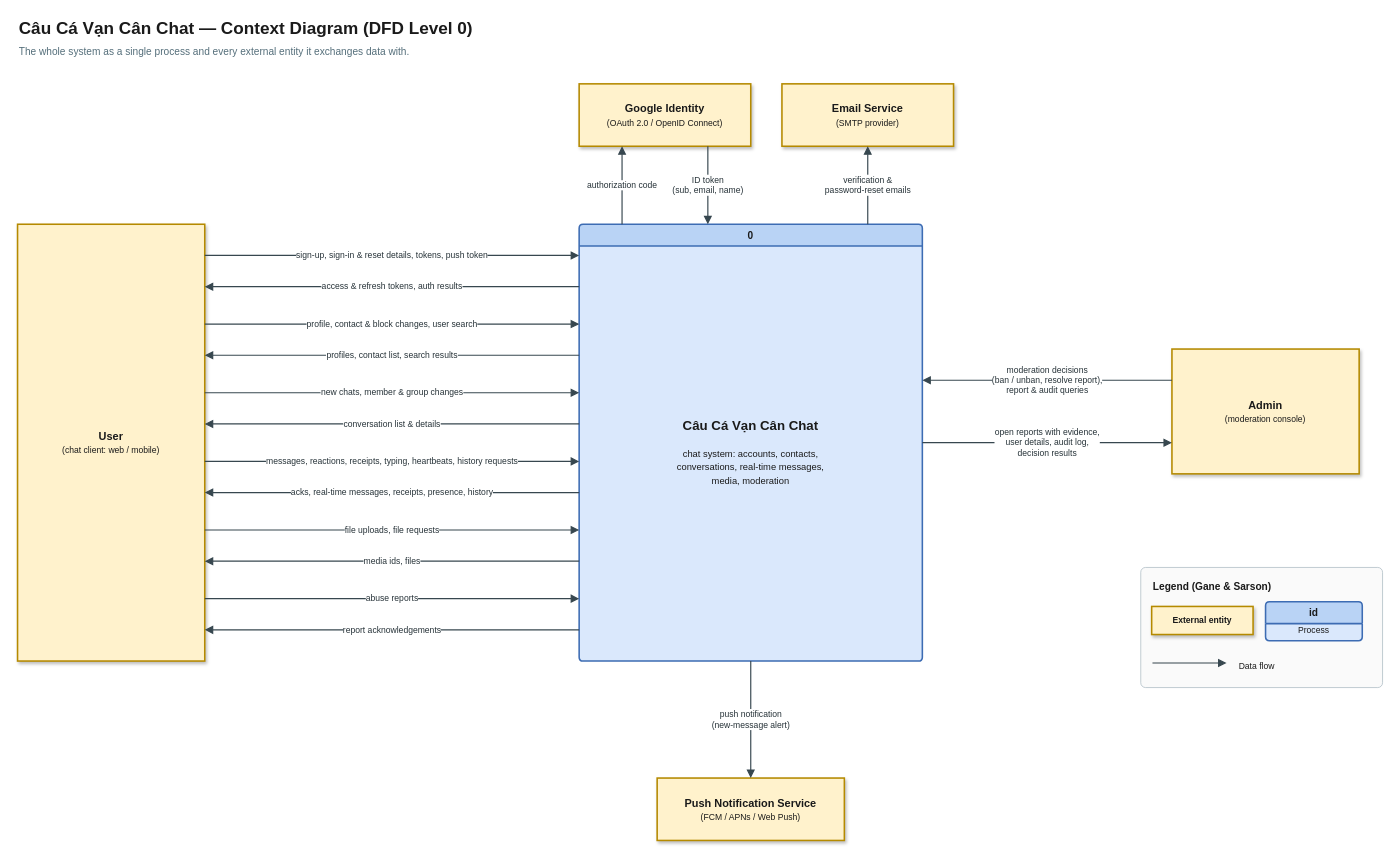
Before: docs/diagrams/01-context-dfd-level-0.drawio in HieuLe832/HeavyweightFishing, a draw.io diagram. Source tidied: cells renumbered, new cells numbered last; positions are measured from the earlier drawing's top-left corner, leaving out a move shared by most shapes. Both pictures are drawn from the tidied source at 78%, with x=0, y=0 at pixel (17, 13).
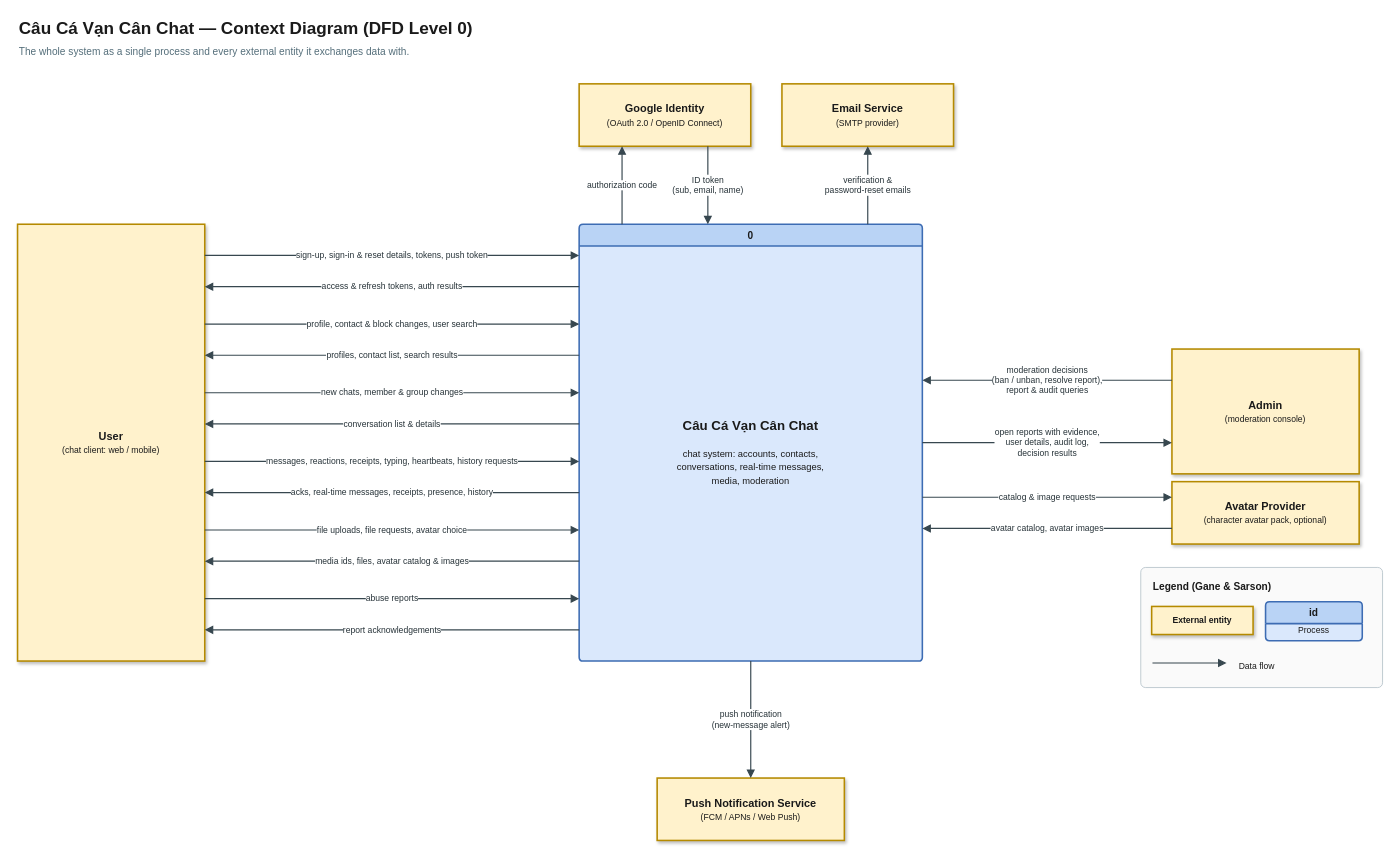
The same page after the edit.

Commit message (it also covers changes not shown here):
docs: avatar provider in the DFDs, README and pitfalls

The change refers to these unchanged cells:
```xml
<mxCell id="5" value="0" style="swimlane;rounded=1;arcSize=10;absoluteArcSize=1;startSize=28;html=1;whiteSpace=wrap;fontSize=13;fontStyle=1;strokeWidth=2;swimlaneFillColor=#DAE8FC;fillColor=#B9D3F5;strokeColor=#3D6CB3;fontColor=#1A1A1A;fontFamily=Helvetica;" parent="1" vertex="1">
  <mxGeometry x="720" y="270" width="440" height="560" as="geometry" />
</mxCell>
<mxCell id="7" value="User&lt;br&gt;&lt;font style='font-size:11px;font-weight:normal'&gt;(chat client: web / mobile)&lt;/font&gt;" style="rounded=0;whiteSpace=wrap;html=1;fontSize=14;fontStyle=1;strokeWidth=2;shadow=1;fillColor=#FFF2CC;strokeColor=#B58A00;fontColor=#1A1A1A;fontFamily=Helvetica;" parent="1" vertex="1">
  <mxGeometry y="270" width="240" height="560" as="geometry" />
</mxCell>
```

The edit, as a diff of the source:
```diff
@@
-    <mxCell id="16" value="file uploads, file requests" style="edgeStyle=orthogonalEdgeStyle;rounded=1;jettySize=auto;html=1;endArrow=block;endFill=1;endSize=7;strokeWidth=1.5;strokeColor=#37474F;fontSize=11;fontColor=#263238;labelBackgroundColor=#FFFFFF;jumpStyle=arc;jumpSize=10;fontFamily=Helvetica;exitX=1.0;exitY=0.7;exitDx=0;exitDy=0;entryX=0.0;entryY=0.7;entryDx=0;entryDy=0;" parent="1" edge="1" source="7" target="5">
+    <mxCell id="16" value="file uploads, file requests, avatar choice" style="edgeStyle=orthogonalEdgeStyle;rounded=1;jettySize=auto;html=1;endArrow=block;endFill=1;endSize=7;strokeWidth=1.5;strokeColor=#37474F;fontSize=11;fontColor=#263238;labelBackgroundColor=#FFFFFF;jumpStyle=arc;jumpSize=10;fontFamily=Helvetica;exitX=1.0;exitY=0.7;exitDx=0;exitDy=0;entryX=0.0;entryY=0.7;entryDx=0;entryDy=0;" parent="1" edge="1" source="7" target="5">
       <mxGeometry relative="1" as="geometry" />
     </mxCell>
-    <mxCell id="17" value="media ids, files" style="edgeStyle=orthogonalEdgeStyle;rounded=1;jettySize=auto;html=1;endArrow=block;endFill=1;endSize=7;strokeWidth=1.5;strokeColor=#37474F;fontSize=11;fontColor=#263238;labelBackgroundColor=#FFFFFF;jumpStyle=arc;jumpSize=10;fontFamily=Helvetica;exitX=0.0;exitY=0.7714;exitDx=0;exitDy=0;entryX=1.0;entryY=0.7714;entryDx=0;entryDy=0;" parent="1" edge="1" source="5" target="7">
+    <mxCell id="17" value="media ids, files, avatar catalog &amp;amp; images" style="edgeStyle=orthogonalEdgeStyle;rounded=1;jettySize=auto;html=1;endArrow=block;endFill=1;endSize=7;strokeWidth=1.5;strokeColor=#37474F;fontSize=11;fontColor=#263238;labelBackgroundColor=#FFFFFF;jumpStyle=arc;jumpSize=10;fontFamily=Helvetica;exitX=0.0;exitY=0.7714;exitDx=0;exitDy=0;entryX=1.0;entryY=0.7714;entryDx=0;entryDy=0;" parent="1" edge="1" source="5" target="7">
       <mxGeometry relative="1" as="geometry" />
     </mxCell>
@@
+    <mxCell id="38" value="Avatar Provider&lt;br&gt;&lt;font style='font-size:11px;font-weight:normal'&gt;(character avatar pack, optional)&lt;/font&gt;" style="rounded=0;whiteSpace=wrap;html=1;fontSize=14;fontStyle=1;strokeWidth=2;shadow=1;fillColor=#FFF2CC;strokeColor=#B58A00;fontColor=#1A1A1A;fontFamily=Helvetica;" parent="1" vertex="1">
+      <mxGeometry x="1480" y="600" width="240" height="80" as="geometry" />
+    </mxCell>
+    <mxCell id="39" value="catalog &amp;amp; image requests" style="edgeStyle=orthogonalEdgeStyle;rounded=1;jettySize=auto;html=1;endArrow=block;endFill=1;endSize=7;strokeWidth=1.5;strokeColor=#37474F;fontSize=11;fontColor=#263238;labelBackgroundColor=#FFFFFF;jumpStyle=arc;jumpSize=10;fontFamily=Helvetica;exitX=1;exitY=0.625;exitDx=0;exitDy=0;entryX=0;entryY=0.25;entryDx=0;entryDy=0;" parent="1" edge="1" source="5" target="38">
+      <mxGeometry relative="1" as="geometry" />
+    </mxCell>
+    <mxCell id="40" value="avatar catalog, avatar images" style="edgeStyle=orthogonalEdgeStyle;rounded=1;jettySize=auto;html=1;endArrow=block;endFill=1;endSize=7;strokeWidth=1.5;strokeColor=#37474F;fontSize=11;fontColor=#263238;labelBackgroundColor=#FFFFFF;jumpStyle=arc;jumpSize=10;fontFamily=Helvetica;exitX=0;exitY=0.75;exitDx=0;exitDy=0;entryX=1;entryY=0.6964;entryDx=0;entryDy=0;" parent="1" edge="1" source="38" target="5">
+      <mxGeometry relative="1" as="geometry" />
+    </mxCell>
```
